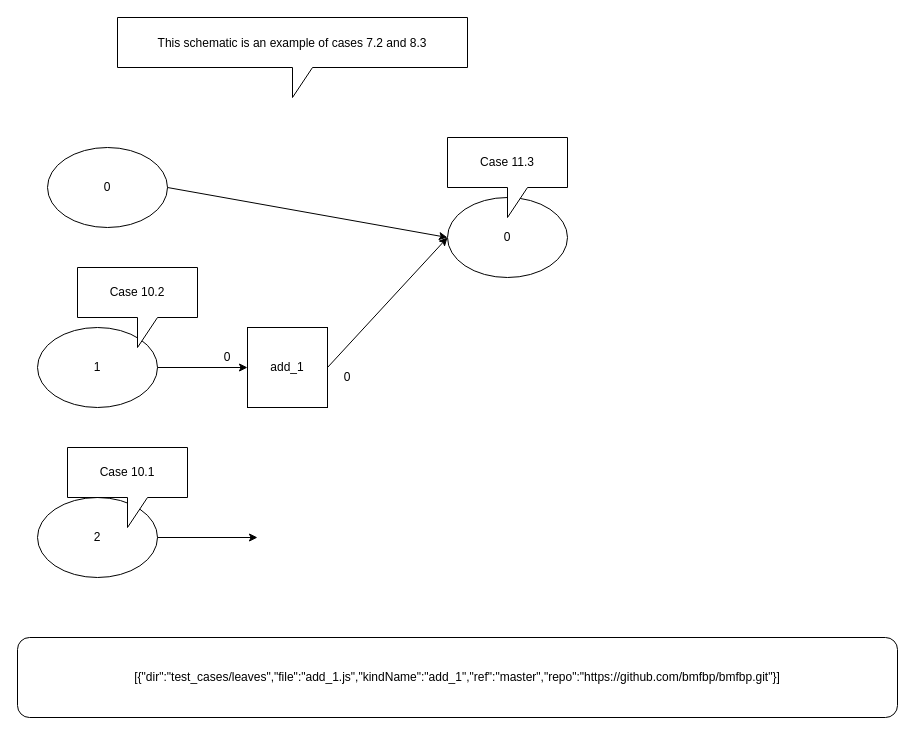
Above: test_cases/composites/pass_and_add.drawio in bmfbp/bmfbp (draw.io), before the change. Source tidied: cells renumbered, new cells numbered last; positions are measured from the earlier drawing's top-left corner, leaving out a move shared by most shapes. Both pictures are drawn from the tidied source at 100%, with x=0, y=0 at pixel (17, 17).
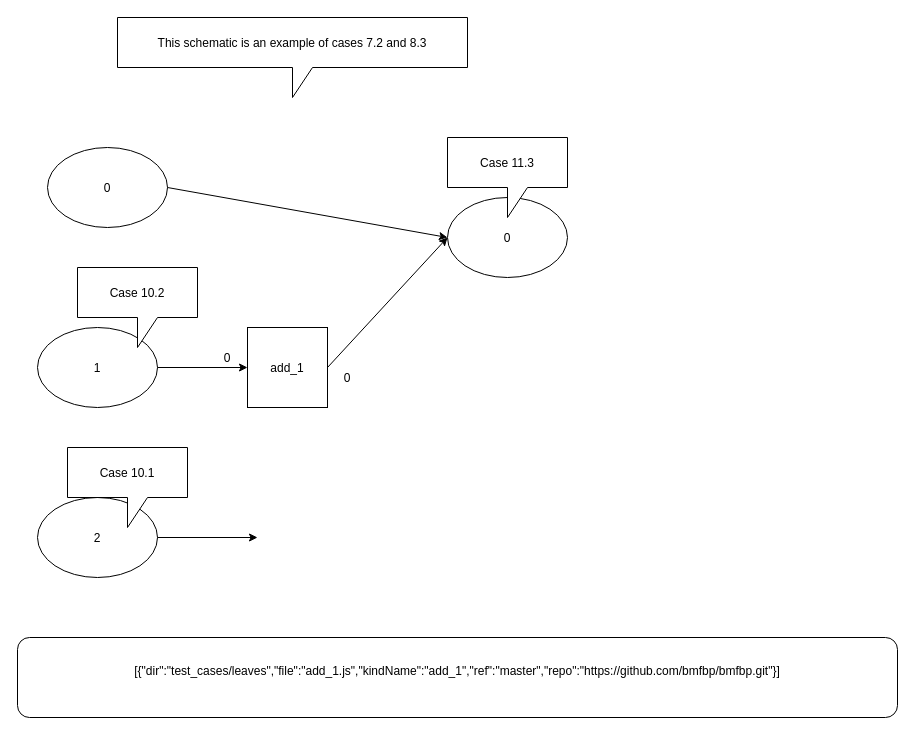
After the change.

Commit message (it also covers changes not shown here):
re-created tee.drawio and re-exported 3 svgs with Word Wrap and Formatted options disabled

Diff of the diagram source:
```diff
@@
 <mxGraphModel>
   <root>
     <mxCell id="0" />
     <mxCell id="1" parent="0" />
-    <mxCell id="2" value="0" style="ellipse;whiteSpace=wrap;html=1;" parent="1" vertex="1">
+    <mxCell id="2" value="0" style="ellipse;" parent="1" vertex="1">
       <mxGeometry x="30" y="130" width="120" height="80" as="geometry" />
     </mxCell>
-    <mxCell id="3" value="0" style="ellipse;whiteSpace=wrap;html=1;" parent="1" vertex="1">
+    <mxCell id="3" value="0" style="ellipse;" parent="1" vertex="1">
       <mxGeometry x="430" y="180" width="120" height="80" as="geometry" />
     </mxCell>
-    <mxCell id="4" value="1" style="ellipse;whiteSpace=wrap;html=1;" parent="1" vertex="1">
+    <mxCell id="4" value="1" style="ellipse;" parent="1" vertex="1">
       <mxGeometry x="20" y="310" width="120" height="80" as="geometry" />
     </mxCell>
     <mxCell id="5" style="endArrow=classic;html=1;exitX=1;exitY=0.5;exitDx=0;exitDy=0;entryX=0;entryY=0.5;entryDx=0;entryDy=0;" parent="1" edge="1" source="2" target="3">
       <mxGeometry relative="1" as="geometry" />
     </mxCell>
     <mxCell id="6" style="endArrow=classic;html=1;exitX=1;exitY=0.5;exitDx=0;exitDy=0;entryX=0;entryY=0.5;entryDx=0;entryDy=0;" parent="1" edge="1" source="4" target="7">
       <mxGeometry relative="1" as="geometry" />
     </mxCell>
-    <mxCell id="7" value="add_1" style="whiteSpace=wrap;html=1;" parent="1" vertex="1">
+    <mxCell id="7" value="add_1" parent="1" vertex="1">
       <mxGeometry x="230" y="310" width="80" height="80" as="geometry" />
     </mxCell>
     <mxCell id="8" style="endArrow=classic;html=1;exitX=1;exitY=0.5;exitDx=0;exitDy=0;entryX=0;entryY=0.5;entryDx=0;entryDy=0;" parent="1" edge="1" source="7" target="3">
       <mxGeometry relative="1" as="geometry" />
     </mxCell>
-    <mxCell id="9" value="0" style="text;html=1;strokeColor=none;fillColor=none;align=center;verticalAlign=middle;whiteSpace=wrap;rounded=0;" parent="1" vertex="1">
+    <mxCell id="9" value="0" style="text;strokeColor=none;fillColor=none;align=center;verticalAlign=middle;rounded=0;" parent="1" vertex="1">
       <mxGeometry x="190" y="330" width="40" height="20" as="geometry" />
     </mxCell>
-    <mxCell id="10" value="0" style="text;html=1;strokeColor=none;fillColor=none;align=center;verticalAlign=middle;whiteSpace=wrap;rounded=0;" parent="1" vertex="1">
+    <mxCell id="10" value="0" style="text;strokeColor=none;fillColor=none;align=center;verticalAlign=middle;rounded=0;" parent="1" vertex="1">
       <mxGeometry x="310" y="350" width="40" height="20" as="geometry" />
     </mxCell>
     <mxCell id="11" value="This schematic is an example of cases 7.2 and 8.3" style="shape=callout;perimeter=calloutPerimeter;" parent="1" vertex="1">
       <mxGeometry x="100" width="350" height="80" as="geometry" />
     </mxCell>
-    <mxCell id="12" value="2" style="ellipse;whiteSpace=wrap;html=1;" parent="1" vertex="1">
+    <mxCell id="12" value="2" style="ellipse;" parent="1" vertex="1">
       <mxGeometry x="20" y="480" width="120" height="80" as="geometry" />
     </mxCell>
     <mxCell id="13" style="endArrow=classic;html=1;exitX=1;exitY=0.5;exitDx=0;exitDy=0;" parent="1" edge="1" source="12">
       <mxGeometry relative="1" as="geometry">
         <mxPoint x="240" y="520" as="targetPoint" />
       </mxGeometry>
     </mxCell>
-    <mxCell id="14" value="Case 10.1" style="shape=callout;whiteSpace=wrap;html=1;perimeter=calloutPerimeter;" parent="1" vertex="1">
+    <mxCell id="14" value="Case 10.1" style="shape=callout;perimeter=calloutPerimeter;" parent="1" vertex="1">
       <mxGeometry x="50" y="430" width="120" height="80" as="geometry" />
     </mxCell>
-    <mxCell id="15" value="Case 10.2" style="shape=callout;whiteSpace=wrap;html=1;perimeter=calloutPerimeter;" parent="1" vertex="1">
+    <mxCell id="15" value="Case 10.2" style="shape=callout;perimeter=calloutPerimeter;" parent="1" vertex="1">
       <mxGeometry x="60" y="250" width="120" height="80" as="geometry" />
     </mxCell>
-    <mxCell id="16" value="Case 11.3" style="shape=callout;whiteSpace=wrap;html=1;perimeter=calloutPerimeter;" parent="1" vertex="1">
+    <mxCell id="16" value="Case 11.3" style="shape=callout;perimeter=calloutPerimeter;" parent="1" vertex="1">
       <mxGeometry x="430" y="120" width="120" height="80" as="geometry" />
     </mxCell>
-    <mxCell id="17" value="&lt;div style=&quot;text-align: left&quot;&gt;&lt;span&gt;[{&quot;dir&quot;:&quot;test_cases/leaves&quot;,&quot;file&quot;:&quot;add_1.js&quot;,&quot;kindName&quot;:&quot;add_1&quot;,&quot;ref&quot;:&quot;master&quot;,&quot;repo&quot;:&quot;https://github.com/bmfbp/bmfbp.git&quot;}]&lt;/span&gt;&lt;br&gt;&lt;/div&gt;" style="rounded=1;whiteSpace=wrap;html=1;" parent="1" vertex="1">
+    <mxCell id="17" value="[{&quot;dir&quot;:&quot;test_cases/leaves&quot;,&quot;file&quot;:&quot;add_1.js&quot;,&quot;kindName&quot;:&quot;add_1&quot;,&quot;ref&quot;:&quot;master&quot;,&quot;repo&quot;:&quot;https://github.com/bmfbp/bmfbp.git&quot;}]&#10;" style="rounded=1;" parent="1" vertex="1">
       <mxGeometry y="620" width="880" height="80" as="geometry" />
     </mxCell>
   </root>
 </mxGraphModel>
```
